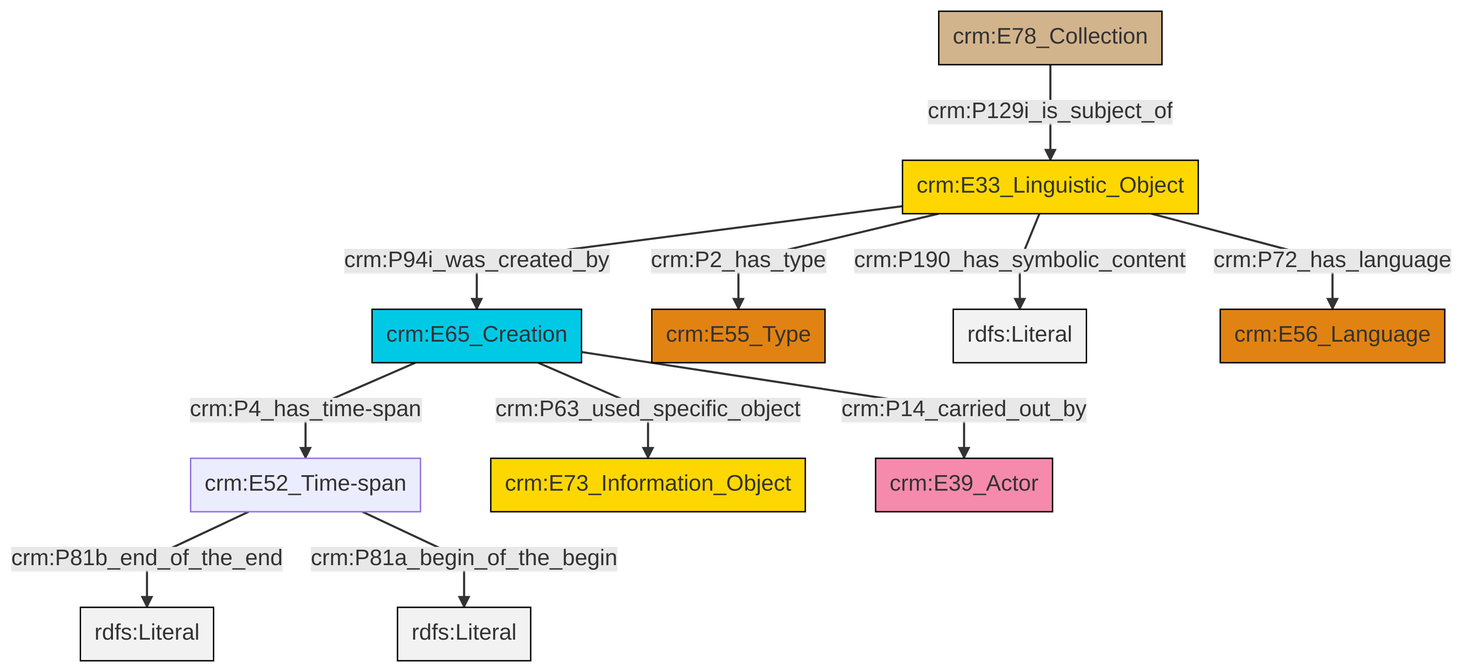
The Mermaid diagram et/archivalCSV/ttl/mmd/png/archival_desc.png in swiss-art-research-net/docs.swissartresearch, before a commit. Its source is kept beside it as et/archivalCSV/ttl/mmd/archival_desc.ttl.mmd. The source it was exported from:
```mermaid
graph TD
classDef Literal fill:#f2f2f2,stroke:#000000;
classDef CRM_Entity fill:#FFFFFF,stroke:#000000;
classDef Temporal_Entity fill:#00C9E6, stroke:#000000;
classDef Type fill:#E18312, stroke:#000000;
classDef Time-Span fill:#2C9C91, stroke:#000000;
classDef Appellation fill:#FFEB7F, stroke:#000000;
classDef Place fill:#008836, stroke:#000000;
classDef Persistent_Item fill:#B266B2, stroke:#000000;
classDef Conceptual_Object fill:#FFD700, stroke:#000000;
classDef Physical_Thing fill:#D2B48C, stroke:#000000;
classDef Actor fill:#f58aad, stroke:#000000;
classDef PC_Classes fill:#4ce600, stroke:#000000;
classDef Multi fill:#cccccc,stroke:#000000;

0["crm:E52_Time-span"]:::Default -->|crm:P81b_end_of_the_end| 1[rdfs:Literal]:::Literal
2["crm:E65_Creation"]:::Temporal_Entity -->|crm:P63_used_specific_object| 3["crm:E73_Information_Object"]:::Conceptual_Object
5["crm:E33_Linguistic_Object"]:::Conceptual_Object -->|crm:P2_has_type| 6["crm:E55_Type"]:::Type
5["crm:E33_Linguistic_Object"]:::Conceptual_Object -->|crm:P94i_was_created_by| 2["crm:E65_Creation"]:::Temporal_Entity
2["crm:E65_Creation"]:::Temporal_Entity -->|crm:P14_carried_out_by| 7["crm:E39_Actor"]:::Actor
8["crm:E78_Collection"]:::Physical_Thing -->|crm:P129i_is_subject_of| 5["crm:E33_Linguistic_Object"]:::Conceptual_Object
0["crm:E52_Time-span"]:::Default -->|crm:P81a_begin_of_the_begin| 9[rdfs:Literal]:::Literal
5["crm:E33_Linguistic_Object"]:::Conceptual_Object -->|crm:P190_has_symbolic_content| 11[rdfs:Literal]:::Literal
5["crm:E33_Linguistic_Object"]:::Conceptual_Object -->|crm:P72_has_language| 12["crm:E56_Language"]:::Type
2["crm:E65_Creation"]:::Temporal_Entity -->|crm:P4_has_time-span| 0["crm:E52_Time-span"]:::Default
```
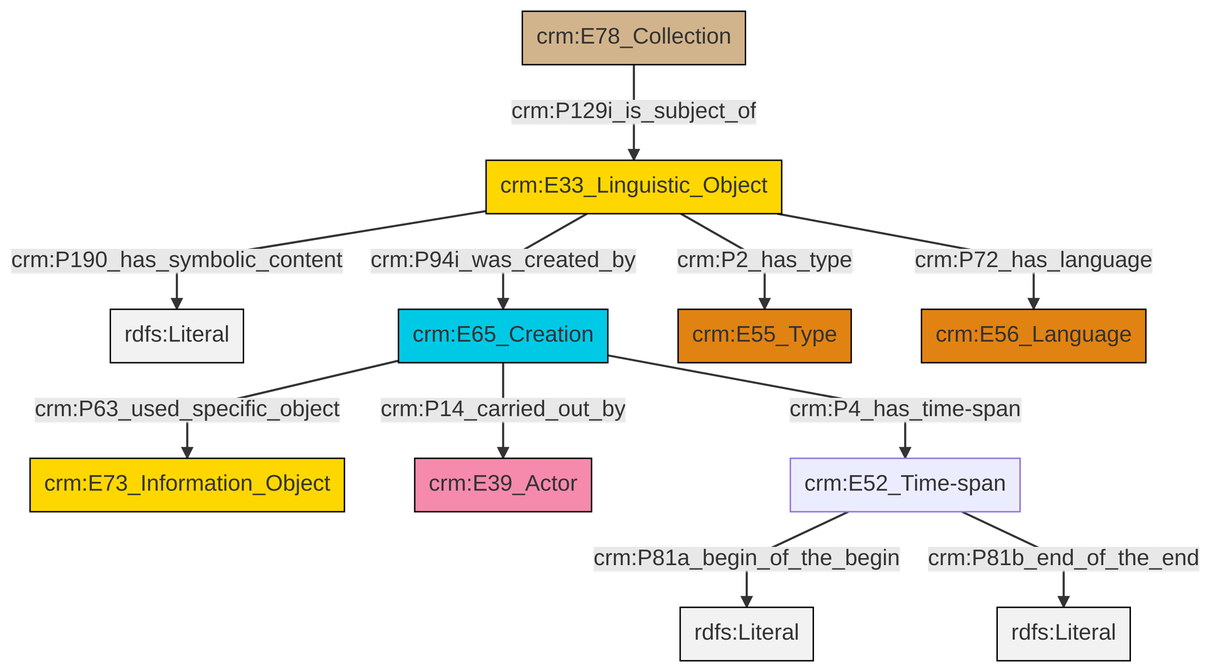
After the commit.

What changed in the source:
```diff
@@ -13,13 +13,13 @@
 classDef PC_Classes fill:#4ce600, stroke:#000000;
 classDef Multi fill:#cccccc,stroke:#000000;
 
-0["crm:E52_Time-span"]:::Default -->|crm:P81b_end_of_the_end| 1[rdfs:Literal]:::Literal
-2["crm:E65_Creation"]:::Temporal_Entity -->|crm:P63_used_specific_object| 3["crm:E73_Information_Object"]:::Conceptual_Object
-5["crm:E33_Linguistic_Object"]:::Conceptual_Object -->|crm:P2_has_type| 6["crm:E55_Type"]:::Type
-5["crm:E33_Linguistic_Object"]:::Conceptual_Object -->|crm:P94i_was_created_by| 2["crm:E65_Creation"]:::Temporal_Entity
-2["crm:E65_Creation"]:::Temporal_Entity -->|crm:P14_carried_out_by| 7["crm:E39_Actor"]:::Actor
-8["crm:E78_Collection"]:::Physical_Thing -->|crm:P129i_is_subject_of| 5["crm:E33_Linguistic_Object"]:::Conceptual_Object
-0["crm:E52_Time-span"]:::Default -->|crm:P81a_begin_of_the_begin| 9[rdfs:Literal]:::Literal
-5["crm:E33_Linguistic_Object"]:::Conceptual_Object -->|crm:P190_has_symbolic_content| 11[rdfs:Literal]:::Literal
-5["crm:E33_Linguistic_Object"]:::Conceptual_Object -->|crm:P72_has_language| 12["crm:E56_Language"]:::Type
-2["crm:E65_Creation"]:::Temporal_Entity -->|crm:P4_has_time-span| 0["crm:E52_Time-span"]:::Default
+0["crm:E33_Linguistic_Object"]:::Conceptual_Object -->|crm:P190_has_symbolic_content| 1[rdfs:Literal]:::Literal
+7["crm:E65_Creation"]:::Temporal_Entity -->|crm:P4_has_time-span| 9["crm:E52_Time-span"]:::Default
+0["crm:E33_Linguistic_Object"]:::Conceptual_Object -->|crm:P2_has_type| 10["crm:E55_Type"]:::Type
+9["crm:E52_Time-span"]:::Default -->|crm:P81a_begin_of_the_begin| 11[rdfs:Literal]:::Literal
+12["crm:E78_Collection"]:::Physical_Thing -->|crm:P129i_is_subject_of| 0["crm:E33_Linguistic_Object"]:::Conceptual_Object
+0["crm:E33_Linguistic_Object"]:::Conceptual_Object -->|crm:P94i_was_created_by| 7["crm:E65_Creation"]:::Temporal_Entity
+9["crm:E52_Time-span"]:::Default -->|crm:P81b_end_of_the_end| 15[rdfs:Literal]:::Literal
+7["crm:E65_Creation"]:::Temporal_Entity -->|crm:P14_carried_out_by| 5["crm:E39_Actor"]:::Actor
+7["crm:E65_Creation"]:::Temporal_Entity -->|crm:P63_used_specific_object| 2["crm:E73_Information_Object"]:::Conceptual_Object
+0["crm:E33_Linguistic_Object"]:::Conceptual_Object -->|crm:P72_has_language| 16["crm:E56_Language"]:::Type
```
